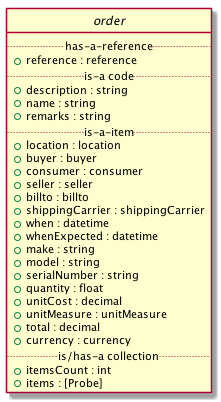
Earlier version of the PlantUML export images/order-class-diagram.puml.png (EciStg/order-placement).
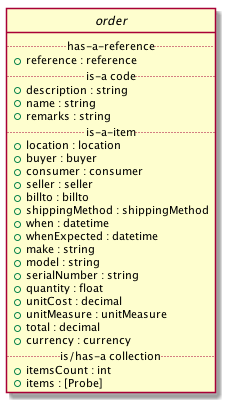
Above is the later version.

Commit message:
order: shippingCarrier has been renamed to shippingMethod. The shipping method combines the carrier, the method, and or the SLA. For example: FedEx Next Day

Change to the diagram source:
```diff
@@ -14,7 +14,7 @@
 {field} + consumer : consumer
 {field} + seller : seller
 {field} + billto : billto
-{field} + shippingCarrier : shippingCarrier
+{field} + shippingMethod : shippingMethod
 {field} + when : datetime
 {field} + whenExpected : datetime
 {field} + make : string
```
